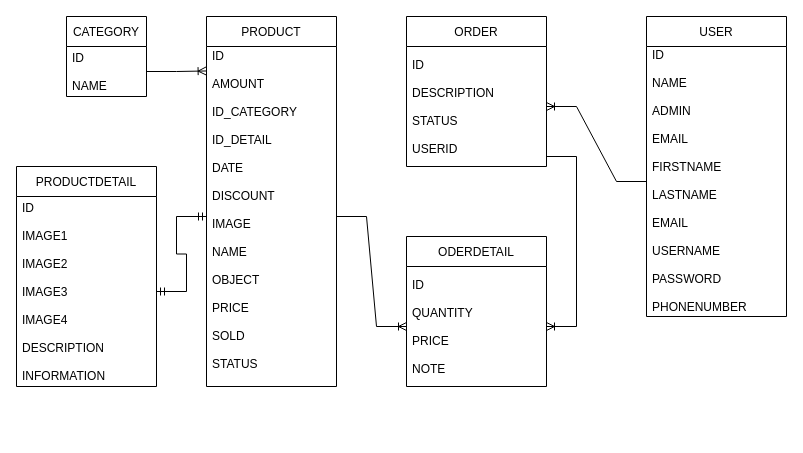
This is Database.drawio from hongvien123/PetShopApp, a draw.io file, before an edit. Source tidied: cells renumbered, new cells numbered last; positions are measured from the earlier drawing's top-left corner, leaving out a move shared by most shapes. Both pictures are drawn from the tidied source at 100%, with x=0, y=0 at pixel (16, 16).
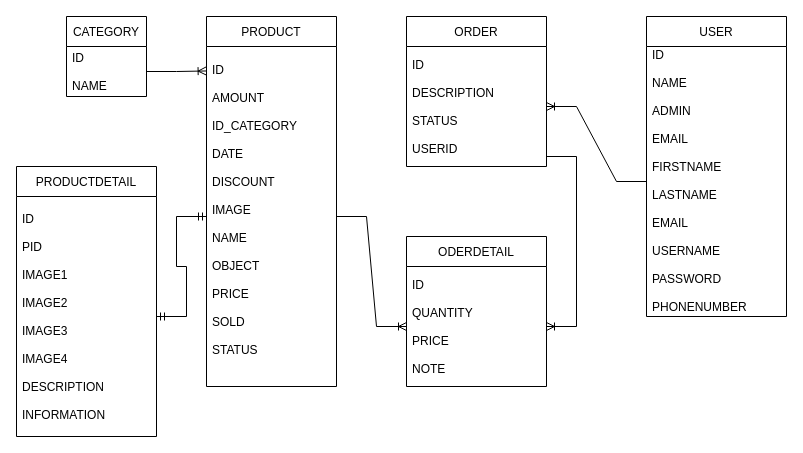
Above is the later version.

The change refers to these unchanged cells:
```xml
<mxCell id="2" value="PRODUCT" style="swimlane;fontStyle=0;horizontal=1;startSize=30;" parent="1" vertex="1">
  <mxGeometry x="190" width="130" height="370" as="geometry" />
</mxCell>
```

The edit, as a diff of the source:
```diff
@@
-    <mxCell id="3" value="ID&#10;&#10;AMOUNT&#10;&#10;ID_CATEGORY&#10;&#10;ID_DETAIL&#10;&#10;DATE&#10;&#10;DISCOUNT&#10;&#10;IMAGE&#10;&#10;NAME&#10;&#10;OBJECT&#10;&#10;PRICE&#10;&#10;SOLD&#10;&#10;STATUS&#10;" style="text;strokeColor=none;fillColor=none;align=left;verticalAlign=middle;spacingLeft=4;spacingRight=4;overflow=hidden;points=[[0,0.5],[1,0.5]];portConstraint=eastwest;" parent="2" vertex="1">
+    <mxCell id="3" value="ID&#10;&#10;AMOUNT&#10;&#10;ID_CATEGORY&#10;&#10;DATE&#10;&#10;DISCOUNT&#10;&#10;IMAGE&#10;&#10;NAME&#10;&#10;OBJECT&#10;&#10;PRICE&#10;&#10;SOLD&#10;&#10;STATUS&#10;" style="text;strokeColor=none;fillColor=none;align=left;verticalAlign=middle;spacingLeft=4;spacingRight=4;overflow=hidden;points=[[0,0.5],[1,0.5]];portConstraint=eastwest;" parent="2" vertex="1">
       <mxGeometry y="30" width="130" height="340" as="geometry" />
     </mxCell>
@@
     <mxCell id="8" value="PRODUCTDETAIL" style="swimlane;fontStyle=0;horizontal=1;startSize=30;" parent="1" vertex="1">
-      <mxGeometry y="150" width="140" height="220" as="geometry" />
+      <mxGeometry y="150" width="140" height="270" as="geometry" />
     </mxCell>
-    <mxCell id="9" value="ID&#10;&#10;IMAGE1&#10;&#10;IMAGE2&#10;&#10;IMAGE3&#10;&#10;IMAGE4&#10;&#10;DESCRIPTION&#10;&#10;INFORMATION" style="text;strokeColor=none;fillColor=none;align=left;verticalAlign=middle;spacingLeft=4;spacingRight=4;overflow=hidden;points=[[0,0.5],[1,0.5]];portConstraint=eastwest;" parent="8" vertex="1">
-      <mxGeometry y="30" width="140" height="190" as="geometry" />
+    <mxCell id="9" value="ID&#10;&#10;PID&#10;&#10;IMAGE1&#10;&#10;IMAGE2&#10;&#10;IMAGE3&#10;&#10;IMAGE4&#10;&#10;DESCRIPTION&#10;&#10;INFORMATION" style="text;strokeColor=none;fillColor=none;align=left;verticalAlign=middle;spacingLeft=4;spacingRight=4;overflow=hidden;points=[[0,0.5],[1,0.5]];portConstraint=eastwest;" parent="8" vertex="1">
+      <mxGeometry y="30" width="140" height="240" as="geometry" />
     </mxCell>
```
